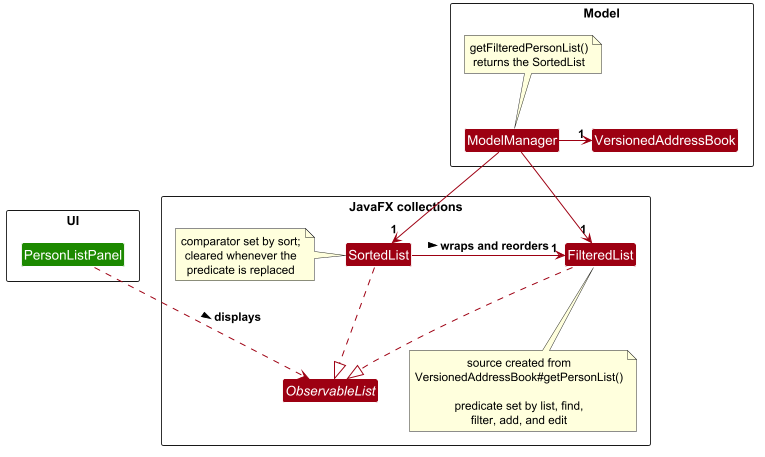
Above: docs/images/DisplayedListClassDiagram.png in AY2627S1-CS2103-F13-1/tp (PlantUML), before the change. Its source is kept beside it as docs/diagrams/DisplayedListClassDiagram.puml.
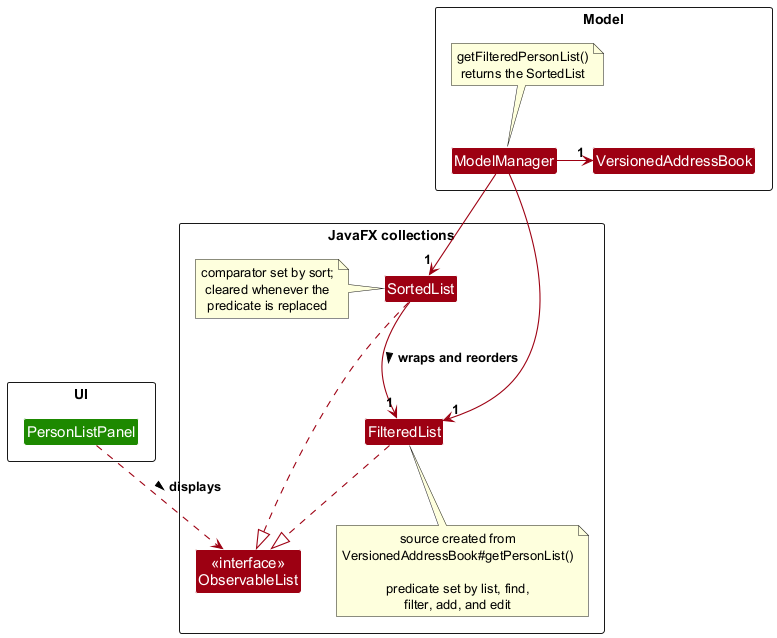
After the commit.

Commit message:
Docs: Fix UML notation in the DG diagrams

Diff of the diagram source:
```diff
@@ -15,7 +15,7 @@
 }
 
 package "JavaFX collections" as JavaFxCollections <<Rectangle>> {
-Interface ObservableList
+Class "<<interface>>\nObservableList" as ObservableList
 Class FilteredList
 Class SortedList
 
@@ -42,7 +42,7 @@
 ModelManager -down-> "1" FilteredList
 ModelManager -down-> "1" SortedList
 
-SortedList -left-> "1" FilteredList : wraps and reorders >
+SortedList -down-> "1" FilteredList : wraps and reorders >
 
 FilteredList ..|> ObservableList
 SortedList ..|> ObservableList
```
